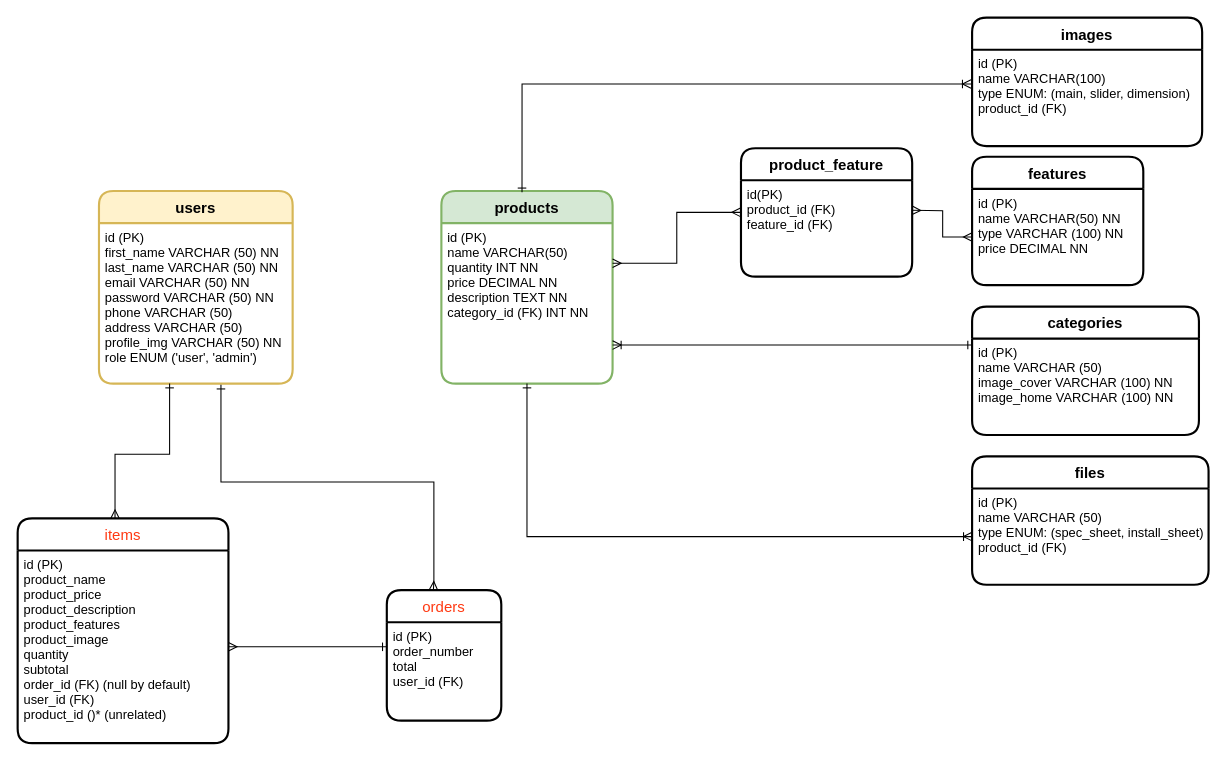
This is src/database/structure/Diagrama FG Base Datos.drawio from gonzaggb/grupo_2_focalGlow, a draw.io file, before an edit. Source tidied: cells renumbered, new cells numbered last; positions are measured from the earlier drawing's top-left corner, leaving out a move shared by most shapes. Both pictures are drawn from the tidied source at 107%, with x=0, y=0 at pixel (17, 17).
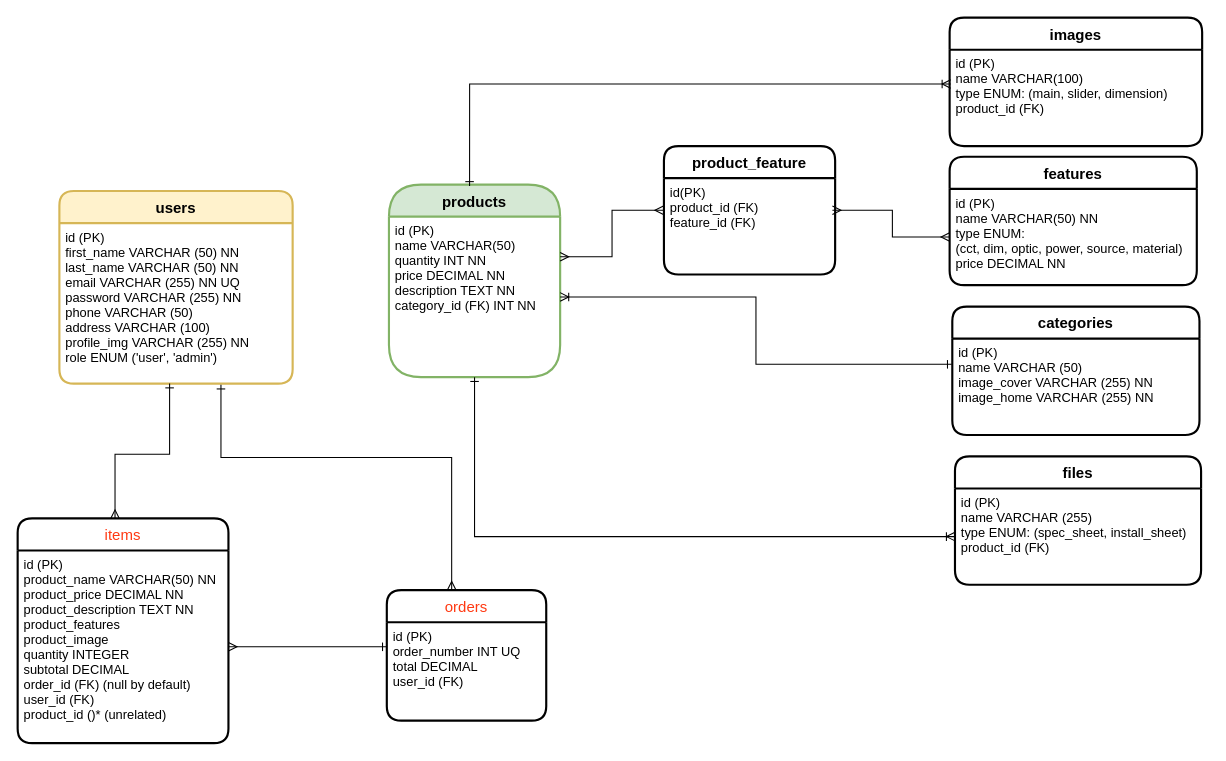
After the change.

Unchanged cells that the change refers to:
```xml
<mxCell id="3" value="id(PK)&#10;product_id (FK)&#10;feature_id (FK)" style="align=left;strokeColor=none;fillColor=none;spacingLeft=4;fontSize=12;verticalAlign=top;" parent="2" vertex="1">
  <mxGeometry y="30" width="160" height="90" as="geometry" />
</mxCell>
<mxCell id="13" value="id (PK)&#10;name VARCHAR(50)&#10;quantity INT NN&#10;price DECIMAL NN&#10;description TEXT NN&#10;category_id (FK) INT NN&#10;" style="align=left;strokeColor=none;fillColor=none;spacingLeft=4;fontSize=12;verticalAlign=top;" parent="12" vertex="1">
  <mxGeometry y="30" width="160" height="150" as="geometry" />
</mxCell>
<mxCell id="21" value="items" style="swimlane;horizontal=1;startSize=30;rounded=1;fontSize=14;fontStyle=0;strokeWidth=2;shadow=0;dashed=0;align=center;fontColor=#FF3912;" parent="1" vertex="1">
  <mxGeometry y="468" width="197" height="210" as="geometry" />
</mxCell>
```

Diff of the diagram source:
```diff
@@
     <mxCell id="2" value="product_feature" style="swimlane;horizontal=1;startSize=30;rounded=1;fontSize=14;fontStyle=1;strokeWidth=2;shadow=0;dashed=0;align=center;" parent="1" vertex="1">
-      <mxGeometry x="676" y="122" width="160" height="120" as="geometry" />
+      <mxGeometry x="604" y="120" width="160" height="120" as="geometry" />
     </mxCell>
@@
     <mxCell id="4" value="features" style="swimlane;horizontal=1;startSize=30;rounded=1;fontSize=14;fontStyle=1;strokeWidth=2;shadow=0;dashed=0;align=center;" parent="1" vertex="1">
-      <mxGeometry x="892" y="130" width="160" height="120" as="geometry" />
+      <mxGeometry x="871" y="130" width="231" height="120" as="geometry" />
     </mxCell>
-    <mxCell id="5" value="id (PK)&#10;name VARCHAR(50) NN&#10;type VARCHAR (100) NN&#10;price DECIMAL NN&#10;" style="align=left;strokeColor=none;fillColor=none;spacingLeft=4;fontSize=12;verticalAlign=top;" parent="4" vertex="1">
-      <mxGeometry y="30" width="160" height="90" as="geometry" />
+    <mxCell id="5" value="id (PK)&#10;name VARCHAR(50) NN&#10;type ENUM: &#10;(cct, dim, optic, power, source, material)&#10;price DECIMAL NN&#10;" style="align=left;strokeColor=none;fillColor=none;spacingLeft=4;fontSize=12;verticalAlign=top;" parent="4" vertex="1">
+      <mxGeometry y="30" width="231" height="90" as="geometry" />
     </mxCell>
     <mxCell id="6" value="images" style="swimlane;horizontal=1;startSize=30;rounded=1;fontSize=14;fontStyle=1;strokeWidth=2;shadow=0;dashed=0;align=center;" parent="1" vertex="1">
-      <mxGeometry x="892" width="215" height="120" as="geometry" />
+      <mxGeometry x="871" width="236" height="120" as="geometry" />
     </mxCell>
     <mxCell id="7" value="id (PK)&#10;name VARCHAR(100)&#10;type ENUM: (main, slider, dimension)&#10;product_id (FK)" style="align=left;strokeColor=none;fillColor=none;spacingLeft=4;fontSize=12;verticalAlign=top;" parent="6" vertex="1">
-      <mxGeometry y="30" width="215" height="90" as="geometry" />
+      <mxGeometry y="30" width="236" height="90" as="geometry" />
     </mxCell>
     <mxCell id="8" value="categories" style="swimlane;horizontal=1;startSize=30;rounded=1;fontSize=14;fontStyle=1;strokeWidth=2;shadow=0;dashed=0;align=center;" parent="1" vertex="1">
-      <mxGeometry x="892" y="270" width="212" height="120" as="geometry" />
+      <mxGeometry x="873.5" y="270" width="231" height="120" as="geometry" />
     </mxCell>
-    <mxCell id="9" value="id (PK)&#10;name VARCHAR (50)&#10;image_cover VARCHAR (100) NN&#10;image_home VARCHAR (100) NN" style="align=left;strokeColor=none;fillColor=none;spacingLeft=4;fontSize=12;verticalAlign=top;" parent="8" vertex="1">
-      <mxGeometry y="30" width="212" height="90" as="geometry" />
+    <mxCell id="9" value="id (PK)&#10;name VARCHAR (50)&#10;image_cover VARCHAR (255) NN&#10;image_home VARCHAR (255) NN" style="align=left;strokeColor=none;fillColor=none;spacingLeft=4;fontSize=12;verticalAlign=top;" parent="8" vertex="1">
+      <mxGeometry y="30" width="231" height="90" as="geometry" />
     </mxCell>
     <mxCell id="10" value="files" style="swimlane;horizontal=1;startSize=30;rounded=1;fontSize=14;fontStyle=1;strokeWidth=2;shadow=0;dashed=0;align=center;" parent="1" vertex="1">
-      <mxGeometry x="892" y="410" width="221" height="120" as="geometry" />
+      <mxGeometry x="876" y="410" width="230" height="120" as="geometry" />
     </mxCell>
-    <mxCell id="11" value="id (PK)&#10;name VARCHAR (50)&#10;type ENUM: (spec_sheet, install_sheet)&#10;product_id (FK)" style="align=left;strokeColor=none;fillColor=none;spacingLeft=4;fontSize=12;verticalAlign=top;" parent="10" vertex="1">
-      <mxGeometry y="30" width="221" height="90" as="geometry" />
+    <mxCell id="11" value="id (PK)&#10;name VARCHAR (255)&#10;type ENUM: (spec_sheet, install_sheet)&#10;product_id (FK)" style="align=left;strokeColor=none;fillColor=none;spacingLeft=4;fontSize=12;verticalAlign=top;" parent="10" vertex="1">
+      <mxGeometry y="30" width="230" height="90" as="geometry" />
     </mxCell>
-    <mxCell id="12" value="products" style="swimlane;horizontal=1;startSize=30;rounded=1;fontSize=14;fontStyle=1;strokeWidth=2;shadow=0;dashed=0;align=center;fillColor=#d5e8d4;strokeColor=#82b366;" parent="1" vertex="1">
-      <mxGeometry x="396" y="162" width="160" height="180" as="geometry" />
+    <mxCell id="12" value="products" style="swimlane;horizontal=1;startSize=30;rounded=1;fontSize=14;fontStyle=1;strokeWidth=2;shadow=0;dashed=0;align=center;fillColor=#d5e8d4;strokeColor=#82b366;arcSize=50;" parent="1" vertex="1">
+      <mxGeometry x="347" y="156" width="160" height="180" as="geometry" />
     </mxCell>
@@
     <mxCell id="14" style="edgeStyle=orthogonalEdgeStyle;rounded=0;jettySize=auto;html=1;startArrow=ERoneToMany;startFill=0;endArrow=ERone;endFill=0;entryX=0.471;entryY=0.007;entryDx=0;entryDy=0;entryPerimeter=0;" parent="1" edge="1" target="12">
       <mxGeometry relative="1" as="geometry">
-        <mxPoint x="891" y="62" as="sourcePoint" />
+        <mxPoint x="872" y="62" as="sourcePoint" />
         <Array as="points">
-          <mxPoint x="471" y="62" />
+          <mxPoint x="422" y="62" />
         </Array>
       </mxGeometry>
     </mxCell>
@@
-    <mxCell id="16" style="edgeStyle=orthogonalEdgeStyle;rounded=0;jettySize=auto;html=1;startArrow=ERmany;startFill=0;endArrow=ERmany;endFill=0;" parent="1" edge="1" source="5">
-      <mxGeometry relative="1" as="geometry">
-        <mxPoint x="836" y="180" as="targetPoint" />
-      </mxGeometry>
+    <mxCell id="16" style="edgeStyle=orthogonalEdgeStyle;rounded=0;jettySize=auto;html=1;startArrow=ERmany;startFill=0;endArrow=ERmany;endFill=0;entryX=0.984;entryY=0.333;entryDx=0;entryDy=0;entryPerimeter=0;" parent="1" edge="1" source="5" target="3">
+      <mxGeometry relative="1" as="geometry" />
     </mxCell>
     <mxCell id="17" style="edgeStyle=orthogonalEdgeStyle;rounded=0;jettySize=auto;html=1;startArrow=ERone;startFill=0;endArrow=ERoneToMany;endFill=0;" parent="1" edge="1" target="13">
       <mxGeometry relative="1" as="geometry">
-        <mxPoint x="892" y="306" as="sourcePoint" />
+        <mxPoint x="873" y="324" as="sourcePoint" />
         <Array as="points">
-          <mxPoint x="621" y="306" />
-          <mxPoint x="621" y="306" />
+          <mxPoint x="873" y="324" />
+          <mxPoint x="690" y="324" />
+          <mxPoint x="690" y="261" />
         </Array>
       </mxGeometry>
     </mxCell>
     <mxCell id="18" value="users" style="swimlane;horizontal=1;startSize=30;rounded=1;fontSize=14;fontStyle=1;strokeWidth=2;shadow=0;dashed=0;align=center;fillColor=#fff2cc;strokeColor=#d6b656;" parent="1" vertex="1">
-      <mxGeometry x="76" y="162" width="181" height="180" as="geometry" />
+      <mxGeometry x="39" y="162" width="218" height="180" as="geometry" />
     </mxCell>
-    <mxCell id="19" value="id (PK)&#10;first_name VARCHAR (50) NN&#10;last_name VARCHAR (50) NN&#10;email VARCHAR (50) NN&#10;password VARCHAR (50) NN&#10;phone VARCHAR (50)&#10;address VARCHAR (50)&#10;profile_img VARCHAR (50) NN&#10;role ENUM ('user', 'admin')" style="align=left;strokeColor=none;fillColor=none;spacingLeft=4;fontSize=12;verticalAlign=top;" parent="18" vertex="1">
-      <mxGeometry y="30" width="181" height="150" as="geometry" />
+    <mxCell id="19" value="id (PK)&#10;first_name VARCHAR (50) NN&#10;last_name VARCHAR (50) NN&#10;email VARCHAR (255) NN UQ&#10;password VARCHAR (255) NN&#10;phone VARCHAR (50)&#10;address VARCHAR (100)&#10;profile_img VARCHAR (255) NN&#10;role ENUM ('user', 'admin')" style="align=left;strokeColor=none;fillColor=none;spacingLeft=4;fontSize=12;verticalAlign=top;" parent="18" vertex="1">
+      <mxGeometry y="30" width="218" height="150" as="geometry" />
     </mxCell>
@@
-    <mxCell id="22" value="id (PK)&#10;product_name&#10;product_price&#10;product_description&#10;product_features&#10;product_image&#10;quantity&#10;subtotal&#10;order_id (FK) (null by default)&#10;user_id (FK)&#10;product_id ()* (unrelated)&#10;" style="align=left;strokeColor=none;fillColor=none;spacingLeft=4;fontSize=12;verticalAlign=top;" parent="21" vertex="1">
+    <mxCell id="22" value="id (PK)&#10;product_name VARCHAR(50) NN&#10;product_price DECIMAL NN&#10;product_description TEXT NN&#10;product_features&#10;product_image &#10;quantity INTEGER&#10;subtotal DECIMAL &#10;order_id (FK) (null by default)&#10;user_id (FK)&#10;product_id ()* (unrelated)&#10;" style="align=left;strokeColor=none;fillColor=none;spacingLeft=4;fontSize=12;verticalAlign=top;" parent="21" vertex="1">
       <mxGeometry y="30" width="197" height="180" as="geometry" />
     </mxCell>
     <mxCell id="23" value="orders" style="swimlane;horizontal=1;startSize=30;rounded=1;fontSize=14;fontStyle=0;strokeWidth=2;shadow=0;dashed=0;align=center;fontColor=#FF3912;" parent="1" vertex="1">
-      <mxGeometry x="345" y="535" width="107" height="122" as="geometry" />
+      <mxGeometry x="345" y="535" width="149" height="122" as="geometry" />
     </mxCell>
-    <mxCell id="24" value="id (PK)&#10;order_number&#10;total&#10;user_id (FK)&#10;" style="align=left;strokeColor=none;fillColor=none;spacingLeft=4;fontSize=12;verticalAlign=top;" parent="23" vertex="1">
-      <mxGeometry y="30" width="107" height="92" as="geometry" />
+    <mxCell id="24" value="id (PK)&#10;order_number INT UQ&#10;total DECIMAL&#10;user_id (FK)&#10;" style="align=left;strokeColor=none;fillColor=none;spacingLeft=4;fontSize=12;verticalAlign=top;" parent="23" vertex="1">
+      <mxGeometry y="30" width="149" height="92" as="geometry" />
     </mxCell>
@@
     <mxCell id="27" style="edgeStyle=orthogonalEdgeStyle;rounded=0;jettySize=auto;html=1;startArrow=ERone;startFill=0;endArrow=ERmany;endFill=0;entryX=0.407;entryY=0;entryDx=0;entryDy=0;entryPerimeter=0;" parent="1" edge="1" target="23">
       <mxGeometry relative="1" as="geometry">
         <mxPoint x="190" y="343" as="sourcePoint" />
         <Array as="points">
-          <mxPoint x="190" y="343" />
-          <mxPoint x="190" y="434" />
-          <mxPoint x="389" y="434" />
-          <mxPoint x="389" y="526" />
-          <mxPoint x="389" y="526" />
+          <mxPoint x="190" y="411" />
+          <mxPoint x="406" y="411" />
         </Array>
       </mxGeometry>
     </mxCell>
```
